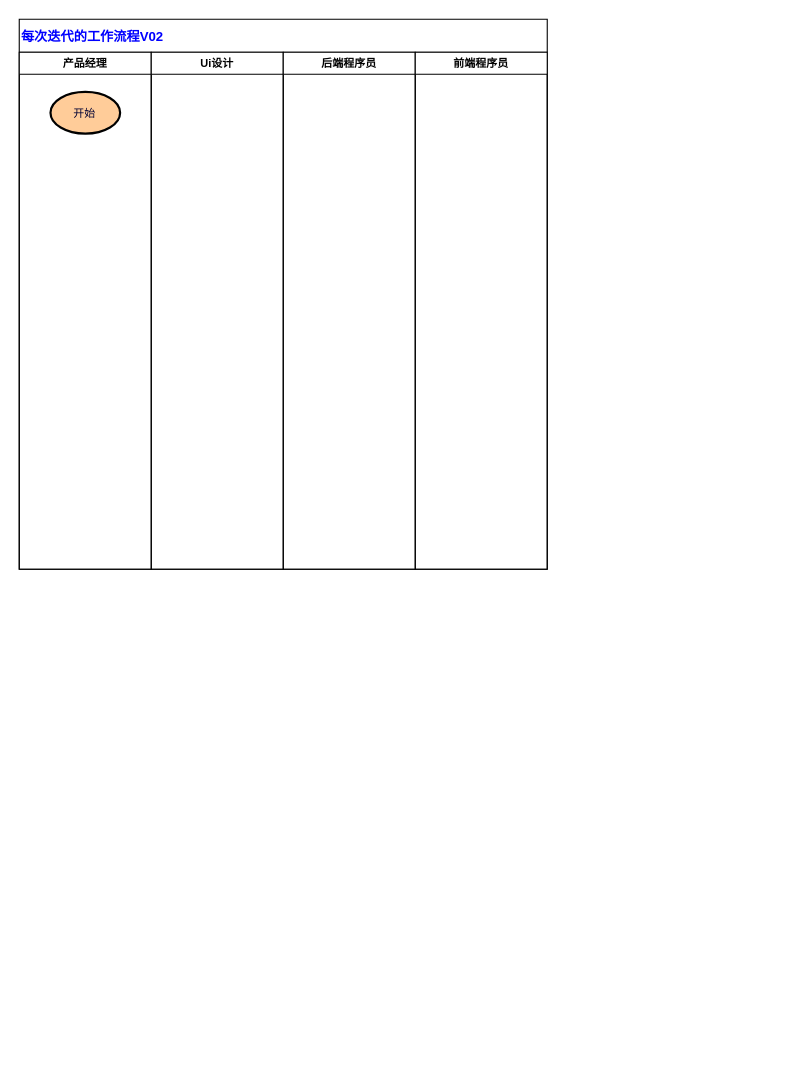
Earlier version of the draw.io diagram 水哥-每次迭代的工作流程V02.drawio (SparkLee/draw-io). Source tidied: cells renumbered, new cells numbered last; positions are measured from the earlier drawing's top-left corner, leaving out a move shared by most shapes. Both pictures are drawn from the tidied source at 110%, with x=0, y=0 at pixel (19, 19).
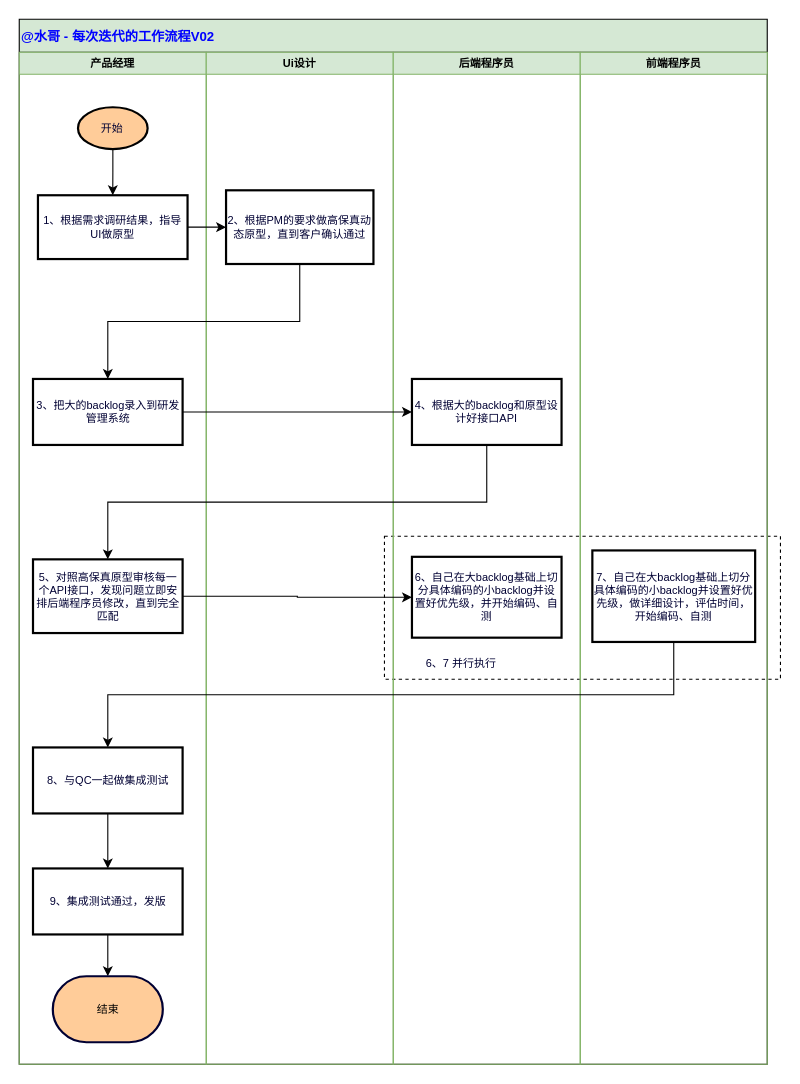
The same diagram, later.

Commit message:
更新水哥-每次迭代的工作流程V02.drawio

The edit, as a diff of the source:
```diff
@@
+    <mxCell id="8" value="&lt;blockquote style=&quot;margin: 0 0 0 40px; border: none; padding: 0px;&quot;&gt;&lt;span style=&quot;font-size: 10px;&quot;&gt;&lt;br&gt;&lt;/span&gt;&lt;/blockquote&gt;" style="rounded=0;whiteSpace=wrap;html=1;dashed=1;labelBackgroundColor=none;fontSize=10;fontColor=#000033;fillColor=none;align=left;" parent="1" vertex="1">
+      <mxGeometry x="332" y="470" width="360" height="130" as="geometry" />
+    </mxCell>
-    <mxCell id="2" value="每次迭代的工作流程V02" style="swimlane;startSize=30;align=left;fontSize=12;fontColor=#0000FF;" parent="1" vertex="1">
-      <mxGeometry width="480" height="500" as="geometry" />
+    <mxCell id="2" value="@水哥 - 每次迭代的工作流程V02" style="swimlane;startSize=30;align=left;fontSize=12;fontColor=#0000FF;fillColor=#D5E8D4;" parent="1" vertex="1">
+      <mxGeometry width="680" height="950" as="geometry" />
     </mxCell>
-    <mxCell id="3" value="产品经理" style="swimlane;startSize=20;fontSize=10;" parent="2" vertex="1">
-      <mxGeometry y="30" width="120" height="470" as="geometry" />
+    <mxCell id="3" value="产品经理" style="swimlane;startSize=20;fontSize=10;fillColor=#d5e8d4;strokeColor=#82b366;" parent="2" vertex="1">
+      <mxGeometry y="30" width="170" height="920" as="geometry" />
     </mxCell>
     <mxCell id="4" value="开始" style="strokeWidth=2;html=1;shape=mxgraph.flowchart.start_1;whiteSpace=wrap;fontSize=10;fontColor=#000033;labelBackgroundColor=none;fillColor=#FFCC99;" parent="3" vertex="1">
-      <mxGeometry x="28.4" y="36" width="63.3" height="38" as="geometry" />
+      <mxGeometry x="53.4" y="50" width="63.3" height="38" as="geometry" />
     </mxCell>
+    <mxCell id="9" value="1、根据需求调研结果，指导UI做原型" style="whiteSpace=wrap;html=1;fontSize=10;fillColor=none;fontColor=#000033;strokeWidth=2;labelBackgroundColor=none;" parent="3" vertex="1">
+      <mxGeometry x="17" y="130" width="136" height="58" as="geometry" />
+    </mxCell>
+    <mxCell id="10" style="edgeStyle=orthogonalEdgeStyle;rounded=0;jettySize=auto;html=1;fontSize=10;fontColor=#000033;" parent="3" edge="1" source="4" target="9">
+      <mxGeometry relative="1" as="geometry" />
+    </mxCell>
+    <mxCell id="11" value="3、把大的backlog录入到研发管理系统" style="whiteSpace=wrap;html=1;fontSize=10;fillColor=none;fontColor=#000033;strokeWidth=2;labelBackgroundColor=none;" parent="3" vertex="1">
+      <mxGeometry x="12.5" y="297" width="136" height="60" as="geometry" />
+    </mxCell>
+    <mxCell id="12" value="5、对照高保真原型审核每一个API接口，发现问题立即安排后端程序员修改，直到完全匹配" style="whiteSpace=wrap;html=1;fontSize=10;fillColor=none;fontColor=#000033;strokeWidth=2;labelBackgroundColor=none;" parent="3" vertex="1">
+      <mxGeometry x="12.5" y="461" width="136" height="67" as="geometry" />
+    </mxCell>
+    <mxCell id="13" style="edgeStyle=orthogonalEdgeStyle;rounded=0;jettySize=auto;html=1;fontSize=10;fontColor=#000033;" parent="3" edge="1" source="14" target="16">
+      <mxGeometry relative="1" as="geometry" />
+    </mxCell>
+    <mxCell id="14" value="8、与QC一起做集成测试" style="whiteSpace=wrap;html=1;fontSize=10;fillColor=none;fontColor=#000033;strokeWidth=2;labelBackgroundColor=none;" parent="3" vertex="1">
+      <mxGeometry x="12.5" y="632" width="136" height="60" as="geometry" />
+    </mxCell>
+    <mxCell id="15" style="edgeStyle=orthogonalEdgeStyle;rounded=0;jettySize=auto;html=1;exitX=0.5;exitY=1;exitDx=0;exitDy=0;entryX=0.5;entryY=0;entryDx=0;entryDy=0;entryPerimeter=0;fontSize=10;fontColor=#000033;" parent="3" edge="1" source="16" target="17">
+      <mxGeometry relative="1" as="geometry" />
+    </mxCell>
+    <mxCell id="16" value="9、集成测试通过，发版" style="whiteSpace=wrap;html=1;fontSize=10;fillColor=none;fontColor=#000033;strokeWidth=2;labelBackgroundColor=none;" parent="3" vertex="1">
+      <mxGeometry x="12.5" y="742" width="136" height="60" as="geometry" />
+    </mxCell>
+    <mxCell id="17" value="结束" style="strokeWidth=2;html=1;shape=mxgraph.flowchart.terminator;whiteSpace=wrap;labelBackgroundColor=none;fontSize=10;fillColor=#FFCC99;strokeColor=#000033;" parent="3" vertex="1">
+      <mxGeometry x="30.5" y="840" width="100" height="60" as="geometry" />
+    </mxCell>
-    <mxCell id="5" value="Ui设计" style="swimlane;startSize=20;fontSize=10;" parent="2" vertex="1">
-      <mxGeometry x="120" y="30" width="120" height="470" as="geometry" />
+    <mxCell id="5" value="Ui设计" style="swimlane;startSize=20;fontSize=10;fillColor=#d5e8d4;strokeColor=#82b366;" parent="2" vertex="1">
+      <mxGeometry x="170" y="30" width="170" height="920" as="geometry" />
     </mxCell>
+    <mxCell id="18" value="2、根据PM的要求做高保真动态原型，直到客户确认通过" style="whiteSpace=wrap;html=1;fontSize=10;fillColor=none;fontColor=#000033;strokeWidth=2;labelBackgroundColor=none;" parent="5" vertex="1">
+      <mxGeometry x="18" y="125.5" width="134" height="67" as="geometry" />
+    </mxCell>
-    <mxCell id="6" value="后端程序员" style="swimlane;startSize=20;fontSize=10;" parent="2" vertex="1">
-      <mxGeometry x="240" y="30" width="120" height="470" as="geometry" />
+    <mxCell id="6" value="后端程序员" style="swimlane;startSize=20;fontSize=10;fillColor=#d5e8d4;strokeColor=#82b366;" parent="2" vertex="1">
+      <mxGeometry x="340" y="30" width="170" height="920" as="geometry" />
     </mxCell>
+    <mxCell id="19" value="4、根据大的backlog和原型设计好接口API" style="whiteSpace=wrap;html=1;fontSize=10;fillColor=none;fontColor=#000033;strokeWidth=2;labelBackgroundColor=none;" parent="6" vertex="1">
+      <mxGeometry x="17" y="297" width="136" height="60" as="geometry" />
+    </mxCell>
+    <mxCell id="20" value="6、自己在大backlog基础上切分具体编码的小backlog并设置好优先级，并开始编码、自测" style="whiteSpace=wrap;html=1;fontSize=10;fillColor=none;fontColor=#000033;strokeWidth=2;labelBackgroundColor=none;" parent="6" vertex="1">
+      <mxGeometry x="17" y="458.7" width="136" height="73.5" as="geometry" />
+    </mxCell>
-    <mxCell id="7" value="前端程序员" style="swimlane;startSize=20;fontSize=10;" parent="2" vertex="1">
-      <mxGeometry x="360" y="30" width="120" height="470" as="geometry" />
+    <mxCell id="7" value="前端程序员" style="swimlane;startSize=20;fontSize=10;fillColor=#d5e8d4;strokeColor=#82b366;" parent="2" vertex="1">
+      <mxGeometry x="510" y="30" width="170" height="920" as="geometry" />
     </mxCell>
+    <mxCell id="21" value="7、自己在大backlog基础上切分具体编码的小backlog并设置好优先级，做详细设计，评估时间，开始编码、自测" style="whiteSpace=wrap;html=1;fontSize=10;fillColor=none;fontColor=#000033;strokeWidth=2;labelBackgroundColor=none;" parent="7" vertex="1">
+      <mxGeometry x="11" y="452.9" width="148" height="83.2" as="geometry" />
+    </mxCell>
+    <mxCell id="22" style="edgeStyle=orthogonalEdgeStyle;rounded=0;jettySize=auto;html=1;fontSize=10;fontColor=#000033;" parent="2" edge="1" source="9" target="18">
+      <mxGeometry relative="1" as="geometry" />
+    </mxCell>
+    <mxCell id="23" style="edgeStyle=orthogonalEdgeStyle;rounded=0;jettySize=auto;html=1;fontSize=10;fontColor=#000033;exitX=0.5;exitY=1;exitDx=0;exitDy=0;" parent="2" edge="1" source="18" target="11">
+      <mxGeometry relative="1" as="geometry" />
+    </mxCell>
+    <mxCell id="24" style="edgeStyle=orthogonalEdgeStyle;rounded=0;jettySize=auto;html=1;fontSize=10;fontColor=#000033;" parent="2" edge="1" source="11" target="19">
+      <mxGeometry relative="1" as="geometry" />
+    </mxCell>
+    <mxCell id="25" style="edgeStyle=orthogonalEdgeStyle;rounded=0;jettySize=auto;html=1;fontSize=10;fontColor=#000033;exitX=0.5;exitY=1;exitDx=0;exitDy=0;" parent="2" edge="1" source="19" target="12">
+      <mxGeometry relative="1" as="geometry" />
+    </mxCell>
+    <mxCell id="26" style="edgeStyle=orthogonalEdgeStyle;rounded=0;jettySize=auto;html=1;fontSize=10;fontColor=#000033;" parent="2" edge="1" source="12" target="20">
+      <mxGeometry relative="1" as="geometry" />
+    </mxCell>
+    <mxCell id="27" style="edgeStyle=orthogonalEdgeStyle;rounded=0;jettySize=auto;html=1;exitX=0.5;exitY=1;exitDx=0;exitDy=0;entryX=0.5;entryY=0;entryDx=0;entryDy=0;fontSize=10;fontColor=#000033;" parent="2" edge="1" source="21" target="14">
+      <mxGeometry relative="1" as="geometry" />
+    </mxCell>
+    <mxCell id="28" value="6、7 并行执行" style="text;html=1;strokeColor=none;fillColor=none;align=center;verticalAlign=middle;whiteSpace=wrap;rounded=0;dashed=1;labelBackgroundColor=none;fontSize=10;fontColor=#000033;" parent="1" vertex="1">
+      <mxGeometry x="362" y="570" width="80" height="30" as="geometry" />
+    </mxCell>
```
